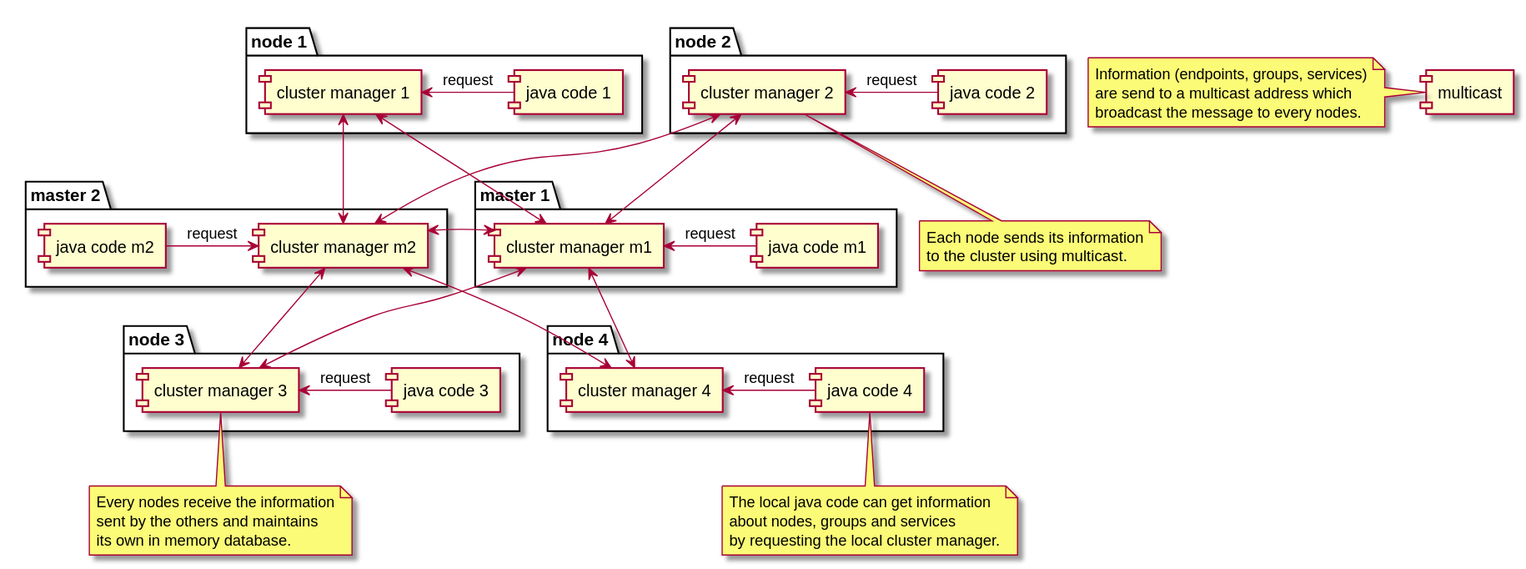
qwazr/cluster keeps this PlantUML diagram as docs/images/masters-cluster.svg. Above is the earlier version.
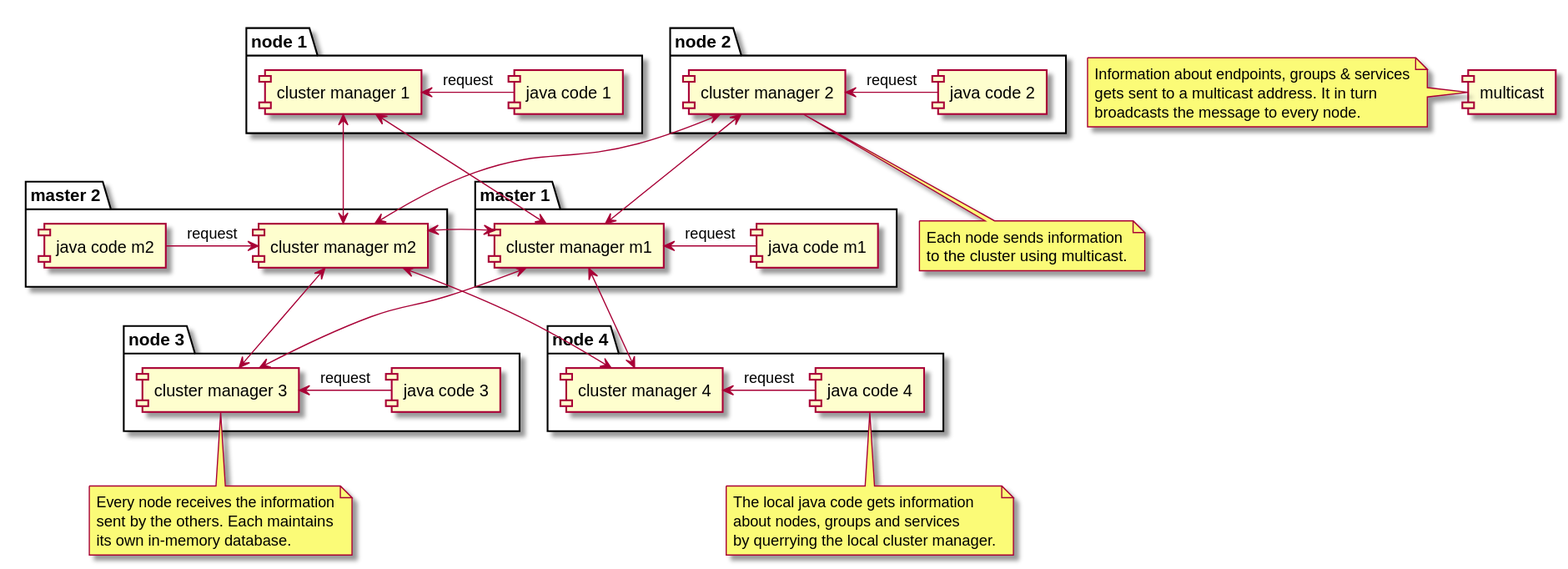
After the change.

Change to the diagram source:
```diff
@@ -36,25 +36,25 @@
 [cluster manager m1] <-> [cluster manager m2]
 
 note bottom of [cluster manager 2]
-  Each node sends its information
+  Each node sends information
   to the cluster using multicast.
 end note
 
 note bottom of [cluster manager 3]
-  Every nodes receive the information
-  sent by the others and maintains
-  its own in memory database.
+  Every node receives the information
+  sent by the others. Each maintains
+  its own in-memory database.
 end note
 
 note left of [multicast]
-Information (endpoints, groups, services)
-are send to a multicast address which
-broadcast the message to every nodes.
+Information about endpoints, groups & services
+gets sent to a multicast address. It in turn
+broadcasts the message to every node.
 end note
 
 note bottom of [java code 4]
-The local java code can get information
+The local java code gets information
 about nodes, groups and services
-by requesting the local cluster manager.
+by querrying the local cluster manager.
 end note
 @enduml
```
